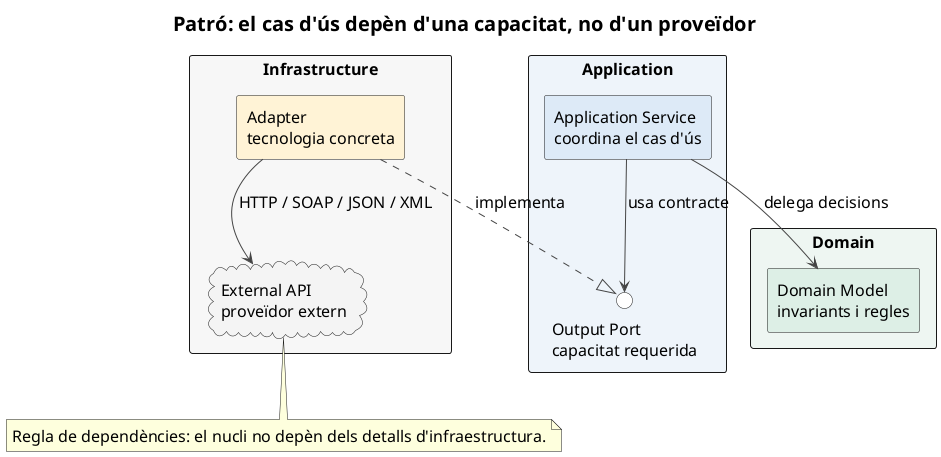
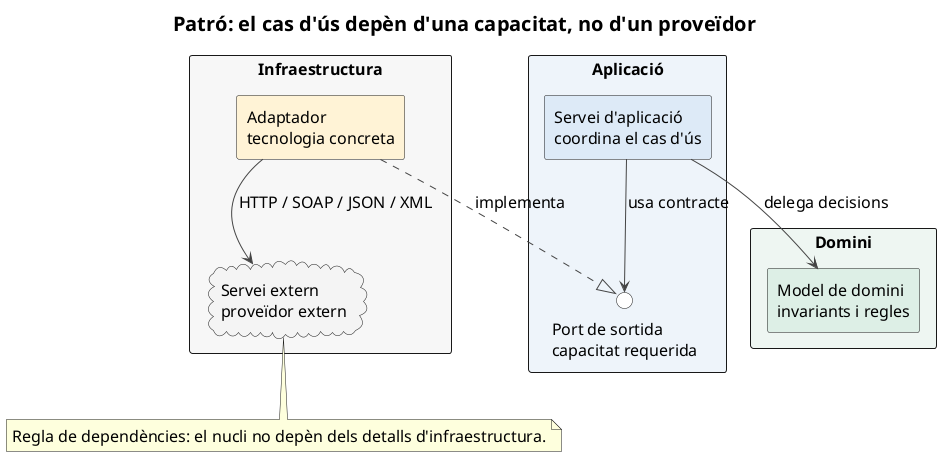
@startuml
title Patró: el cas d'ús depèn d'una capacitat, no d'un proveïdor

skinparam backgroundColor #FFFFFF
skinparam shadowing false
skinparam defaultFontName Arial
skinparam defaultFontSize 16
skinparam titleFontSize 20
skinparam componentStyle rectangle
skinparam packageStyle rectangle
skinparam ArrowColor #444444

- package "Application" as APP #EEF4FA {
-   component "Application Service\ncoordina el cas d'ús" as SERVICE #DDEAF7
-   interface "Output Port\ncapacitat requerida" as PORT #FFFFFF
+ package "Aplicació" as APP #EEF4FA {
+   component "Servei d'aplicació\ncoordina el cas d'ús" as SERVICE #DDEAF7
+   interface "Port de sortida\ncapacitat requerida" as PORT #FFFFFF
}

- package "Domain" as DOM #EEF6F2 {
-   component "Domain Model\ninvariants i regles" as DOMAIN #DDEFE6
+ package "Domini" as DOM #EEF6F2 {
+   component "Model de domini\ninvariants i regles" as DOMAIN #DDEFE6
}

- package "Infrastructure" as INFRA #F7F7F7 {
-   component "Adapter\ntecnologia concreta" as ADAPTER #FFF3D6
-   cloud "External API\nproveïdor extern" as API #F4F4F4
+ package "Infraestructura" as INFRA #F7F7F7 {
+   component "Adaptador\ntecnologia concreta" as ADAPTER #FFF3D6
+   cloud "Servei extern\nproveïdor extern" as API #F4F4F4
}

SERVICE --> DOMAIN : delega decisions
SERVICE --> PORT : usa contracte
ADAPTER ..|> PORT : implementa
ADAPTER --> API : HTTP / SOAP / JSON / XML

note bottom
  Regla de dependències: el nucli no depèn dels detalls d'infraestructura.
end note
@enduml
